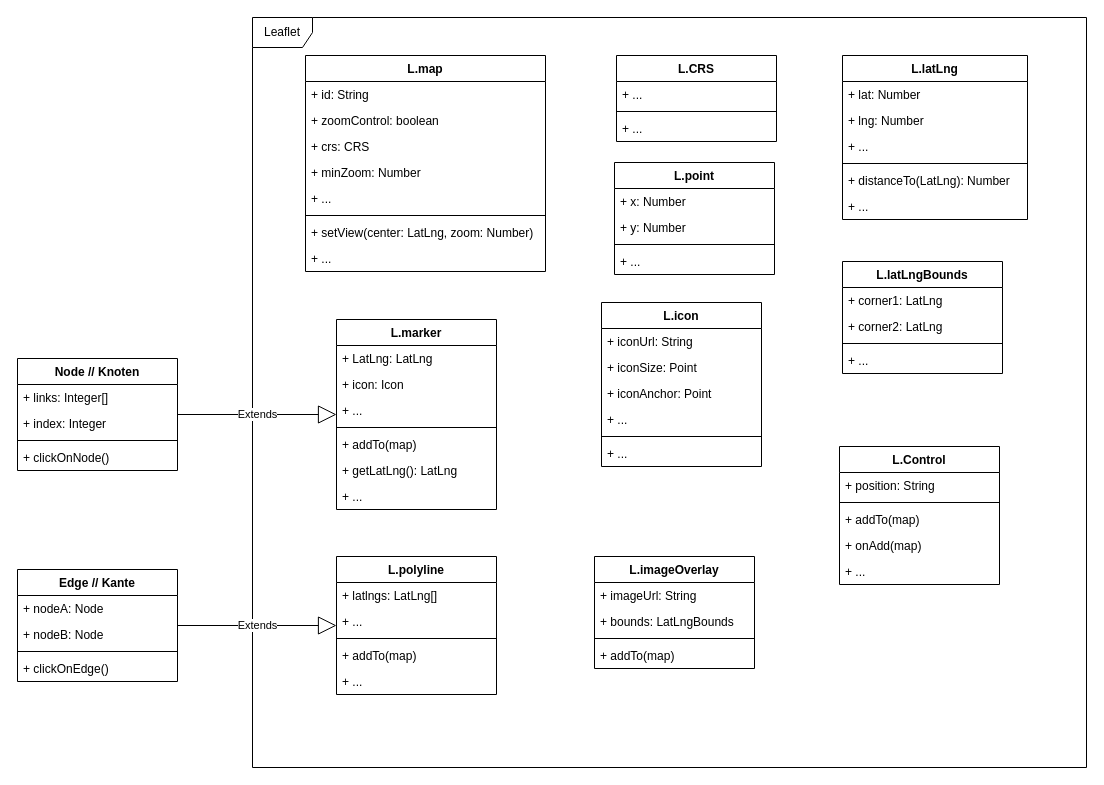
danielgilbers/indoor-navigation keeps this draw.io diagram as page "Klassendiagramm" (1 of 2) of drawio/indoor-navigation.drawio. Above is the earlier version. Source tidied: cells renumbered, new cells numbered last; positions are measured from the earlier drawing's top-left corner, leaving out a move shared by most shapes. Both pictures are drawn from the tidied source at 100%, with x=0, y=0 at pixel (17, 17).
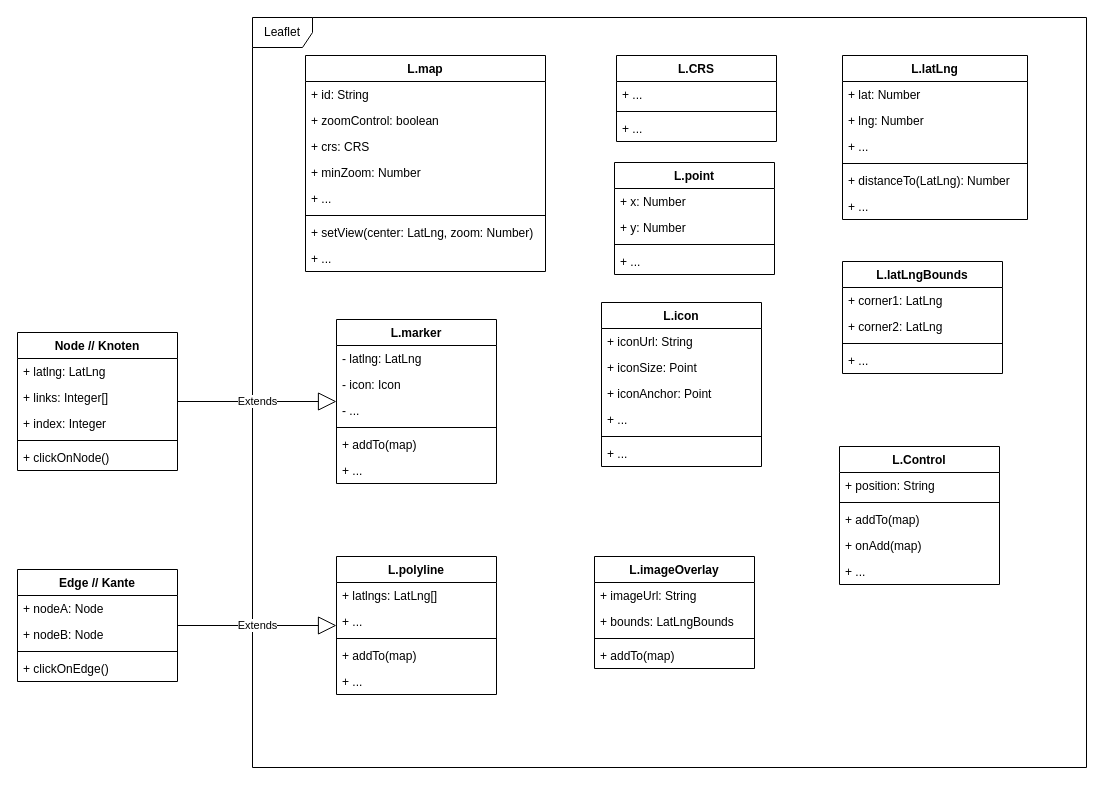
The same page after the edit.

Diff of the diagram source:
```diff
@@
     <mxCell id="3" value="Node // Knoten" style="swimlane;fontStyle=1;align=center;verticalAlign=top;horizontal=1;startSize=26;" parent="1" vertex="1">
-      <mxGeometry y="341" width="160" height="112" as="geometry" />
+      <mxGeometry y="315" width="160" height="138" as="geometry" />
     </mxCell>
+    <mxCell id="77" value="+ latlng: LatLng" style="text;strokeColor=none;fillColor=none;align=left;verticalAlign=top;spacingLeft=4;spacingRight=4;overflow=hidden;" parent="3" vertex="1">
+      <mxGeometry y="26" width="160" height="26" as="geometry" />
+    </mxCell>
     <mxCell id="4" value="+ links: Integer[]" style="text;strokeColor=none;fillColor=none;align=left;verticalAlign=top;spacingLeft=4;spacingRight=4;overflow=hidden;" parent="3" vertex="1">
-      <mxGeometry y="26" width="160" height="26" as="geometry" />
+      <mxGeometry y="52" width="160" height="26" as="geometry" />
     </mxCell>
     <mxCell id="5" value="+ index: Integer" style="text;strokeColor=none;fillColor=none;align=left;verticalAlign=top;spacingLeft=4;spacingRight=4;overflow=hidden;" parent="3" vertex="1">
-      <mxGeometry y="52" width="160" height="26" as="geometry" />
+      <mxGeometry y="78" width="160" height="26" as="geometry" />
     </mxCell>
     <mxCell id="6" style="line;strokeWidth=1;fillColor=none;align=left;verticalAlign=middle;spacingTop=-1;spacingLeft=3;spacingRight=3;labelPosition=right;strokeColor=inherit;" parent="3" vertex="1">
-      <mxGeometry y="78" width="160" height="8" as="geometry" />
+      <mxGeometry y="104" width="160" height="8" as="geometry" />
     </mxCell>
     <mxCell id="7" value="+ clickOnNode()" style="text;strokeColor=none;fillColor=none;align=left;verticalAlign=top;spacingLeft=4;spacingRight=4;overflow=hidden;" parent="3" vertex="1">
-      <mxGeometry y="86" width="160" height="26" as="geometry" />
+      <mxGeometry y="112" width="160" height="26" as="geometry" />
     </mxCell>
     <mxCell id="8" value="L.marker" style="swimlane;fontStyle=1;align=center;verticalAlign=top;horizontal=1;startSize=26;" parent="1" vertex="1">
-      <mxGeometry x="319" y="302" width="160" height="190" as="geometry" />
+      <mxGeometry x="319" y="302" width="160" height="164" as="geometry" />
     </mxCell>
-    <mxCell id="9" value="+ LatLng: LatLng" style="text;strokeColor=none;fillColor=none;align=left;verticalAlign=top;spacingLeft=4;spacingRight=4;overflow=hidden;" parent="8" vertex="1">
+    <mxCell id="9" value="- latlng: LatLng" style="text;strokeColor=none;fillColor=none;align=left;verticalAlign=top;spacingLeft=4;spacingRight=4;overflow=hidden;" parent="8" vertex="1">
       <mxGeometry y="26" width="160" height="26" as="geometry" />
     </mxCell>
-    <mxCell id="10" value="+ icon: Icon" style="text;strokeColor=none;fillColor=none;align=left;verticalAlign=top;spacingLeft=4;spacingRight=4;overflow=hidden;" parent="8" vertex="1">
+    <mxCell id="10" value="- icon: Icon" style="text;strokeColor=none;fillColor=none;align=left;verticalAlign=top;spacingLeft=4;spacingRight=4;overflow=hidden;" parent="8" vertex="1">
       <mxGeometry y="52" width="160" height="26" as="geometry" />
     </mxCell>
-    <mxCell id="11" value="+ ..." style="text;strokeColor=none;fillColor=none;align=left;verticalAlign=top;spacingLeft=4;spacingRight=4;overflow=hidden;" parent="8" vertex="1">
+    <mxCell id="11" value="- ..." style="text;strokeColor=none;fillColor=none;align=left;verticalAlign=top;spacingLeft=4;spacingRight=4;overflow=hidden;" parent="8" vertex="1">
       <mxGeometry y="78" width="160" height="26" as="geometry" />
     </mxCell>
@@
-    <mxCell id="14" value="+ getLatLng(): LatLng" style="text;strokeColor=none;fillColor=none;align=left;verticalAlign=top;spacingLeft=4;spacingRight=4;overflow=hidden;" parent="8" vertex="1">
-      <mxGeometry y="138" width="160" height="26" as="geometry" />
-    </mxCell>
     <mxCell id="15" value="+ ..." style="text;strokeColor=none;fillColor=none;align=left;verticalAlign=top;spacingLeft=4;spacingRight=4;overflow=hidden;" parent="8" vertex="1">
-      <mxGeometry y="164" width="160" height="26" as="geometry" />
+      <mxGeometry y="138" width="160" height="26" as="geometry" />
     </mxCell>
```
